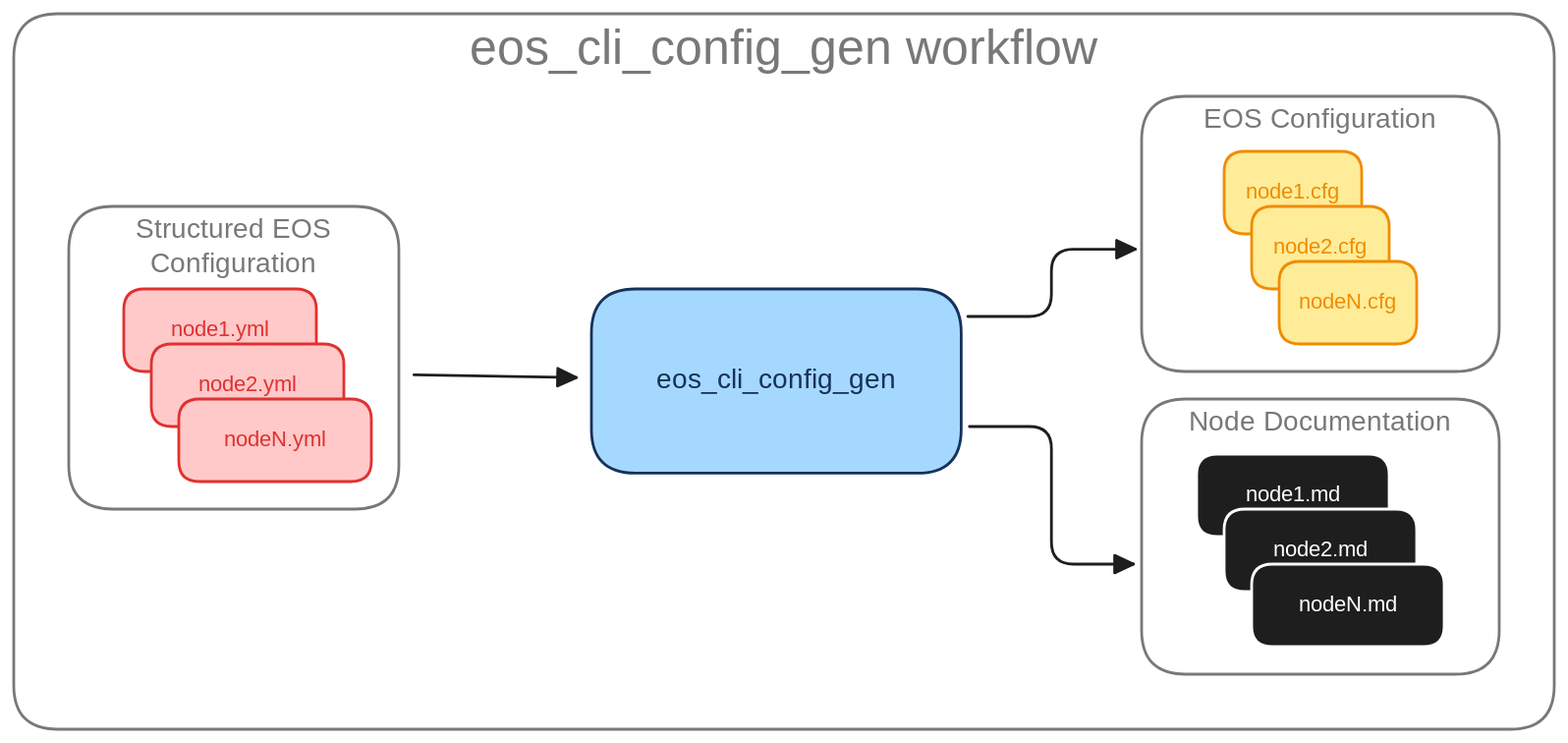
Before: docs/_media/eos_cli_config_gen_light.svg, a diagram exported from Excalidraw (aristanetworks/avd). Source tidied: one line per element, renumbered; positions are measured from the earlier drawing's top-left corner, leaving out a move shared by most shapes.
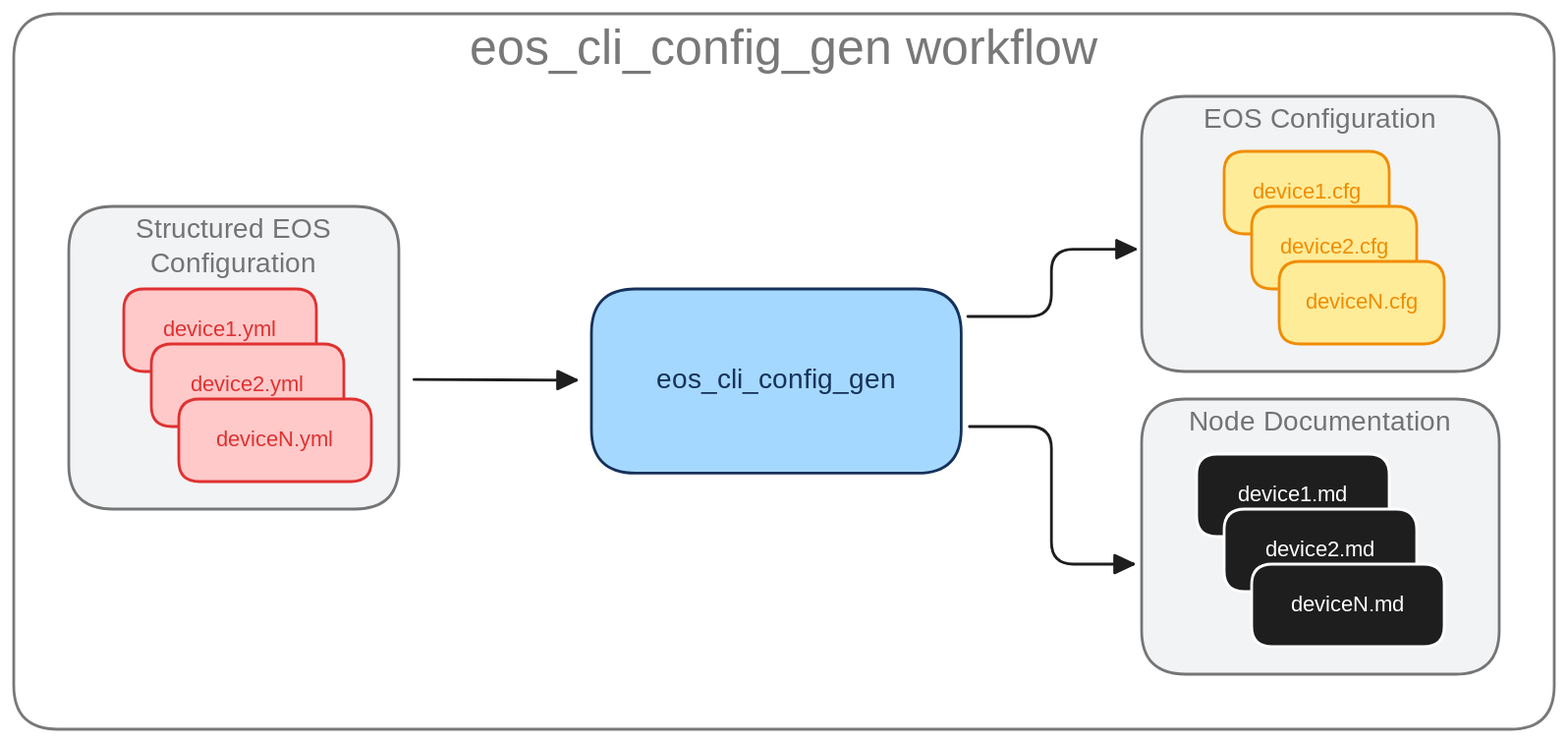
Above is the later version.

Diff of the diagram source:
```diff
@@ -1,31 +1,31 @@
 {"id": 0, "type": "rectangle", "strokeColor": "#1e1e1e", "strokeWidth": 2, "roughness": 0, "opacity": 60, "round": true, "x": 0, "y": 0, "width": 1120, "height": 520}
 {"id": 1, "type": "text", "text": "eos_cli_config_gen workflow", "strokeColor": "#1e1e1e", "strokeWidth": 2, "roughness": 0, "opacity": 60, "fontSize": 36, "fontFamily": 8, "textAlign": "center", "inside": 0, "x": 293, "y": 5, "width": 535, "height": 45}
-{"id": 2, "type": "rectangle", "strokeColor": "#1e1e1e", "strokeWidth": 2, "roughness": 0, "opacity": 60, "round": true, "x": 820, "y": 60, "width": 260, "height": 200}
+{"id": 2, "type": "rectangle", "strokeColor": "#1e1e1e", "backgroundColor": "#e9ecef", "fillStyle": "solid", "strokeWidth": 2, "roughness": 0, "opacity": 60, "round": true, "x": 820, "y": 60, "width": 260, "height": 200}
 {"id": 3, "type": "text", "text": "EOS Configuration", "strokeColor": "#1e1e1e", "strokeWidth": 2, "roughness": 1, "opacity": 60, "fontSize": 20, "fontFamily": 8, "textAlign": "center", "inside": 2, "x": 857, "y": 65, "width": 187, "height": 25}
-{"id": 4, "type": "rectangle", "strokeColor": "#1e1e1e", "strokeWidth": 2, "roughness": 0, "opacity": 60, "round": true, "x": 820, "y": 280, "width": 260, "height": 200}
+{"id": 4, "type": "rectangle", "strokeColor": "#1e1e1e", "backgroundColor": "#e9ecef", "fillStyle": "solid", "strokeWidth": 2, "roughness": 0, "opacity": 60, "round": true, "x": 820, "y": 280, "width": 260, "height": 200}
 {"id": 5, "type": "text", "text": "Node Documentation", "strokeColor": "#1e1e1e", "strokeWidth": 2, "roughness": 1, "opacity": 60, "fontSize": 20, "fontFamily": 8, "textAlign": "center", "inside": 4, "x": 851, "y": 285, "width": 198, "height": 25}
-{"id": 6, "type": "rectangle", "strokeColor": "#1e1e1e", "strokeWidth": 2, "roughness": 0, "opacity": 60, "round": true, "x": 40, "y": 140, "width": 240, "height": 220}
+{"id": 6, "type": "rectangle", "strokeColor": "#1e1e1e", "backgroundColor": "#e9ecef", "fillStyle": "solid", "strokeWidth": 2, "roughness": 0, "opacity": 60, "round": true, "x": 40, "y": 140, "width": 240, "height": 220}
 {"id": 7, "type": "text", "text": "Structured EOS\nConfiguration", "strokeColor": "#1e1e1e", "strokeWidth": 2, "roughness": 0, "opacity": 60, "fontSize": 20, "fontFamily": 8, "textAlign": "center", "inside": 6, "x": 83, "y": 145, "width": 154, "height": 50}
 {"id": 8, "type": "rectangle", "strokeColor": "#16325b", "backgroundColor": "#a5d8ff", "fillStyle": "solid", "strokeWidth": 2, "roughness": 0, "round": true, "x": 420, "y": 200, "width": 269, "height": 134}
 {"id": 9, "type": "text", "text": "eos_cli_config_gen", "strokeColor": "#16325b", "strokeWidth": 2, "roughness": 0, "fontSize": 20, "fontFamily": 8, "textAlign": "center", "verticalAlign": "middle", "inside": 8, "x": 455, "y": 254, "width": 198, "height": 25}
-{"id": 10, "type": "arrow", "strokeColor": "#1e1e1e", "strokeWidth": 2, "roughness": 0, "endArrowhead": "triangle", "from": 6, "to": 8, "x": 291, "y": 262, "width": 118, "height": 2, "points": [[0, 0], [118, 2]]}
 {"id": 11, "type": "rectangle", "strokeColor": "#e03131", "backgroundColor": "#ffc9c9", "fillStyle": "solid", "strokeWidth": 2, "roughness": 0, "round": true, "x": 80, "y": 200, "width": 140, "height": 60}
-{"id": 12, "type": "text", "text": "node1.yml", "strokeColor": "#e03131", "strokeWidth": 2, "roughness": 0, "fontSize": 16, "fontFamily": 8, "textAlign": "center", "verticalAlign": "middle", "inside": 11, "x": 110, "y": 220, "width": 79, "height": 20}
+{"id": 12, "type": "text", "text": "device1.yml", "strokeColor": "#e03131", "strokeWidth": 2, "roughness": 0, "fontSize": 16, "fontFamily": 8, "textAlign": "center", "verticalAlign": "middle", "inside": 11, "x": 102, "y": 220, "width": 97, "height": 20}
-{"id": 13, "type": "rectangle", "strokeColor": "#f08c00", "backgroundColor": "#ffec99", "fillStyle": "solid", "strokeWidth": 2, "roughness": 0, "round": true, "x": 880, "y": 100, "width": 100, "height": 60}
+{"id": 13, "type": "rectangle", "strokeColor": "#f08c00", "backgroundColor": "#ffec99", "fillStyle": "solid", "strokeWidth": 2, "roughness": 0, "round": true, "x": 880, "y": 100, "width": 120, "height": 60}
-{"id": 14, "type": "text", "text": "node1.cfg", "strokeColor": "#f08c00", "strokeWidth": 2, "roughness": 0, "fontSize": 16, "fontFamily": 8, "textAlign": "center", "verticalAlign": "middle", "inside": 13, "x": 890, "y": 120, "width": 79, "height": 20}
+{"id": 14, "type": "text", "text": "device1.cfg", "strokeColor": "#f08c00", "strokeWidth": 2, "roughness": 0, "fontSize": 16, "fontFamily": 8, "textAlign": "center", "verticalAlign": "middle", "inside": 13, "x": 892, "y": 120, "width": 97, "height": 20}
-{"id": 15, "type": "rectangle", "strokeColor": "#f08c00", "backgroundColor": "#ffec99", "fillStyle": "solid", "strokeWidth": 2, "roughness": 0, "round": true, "x": 900, "y": 140, "width": 100, "height": 60}
+{"id": 15, "type": "rectangle", "strokeColor": "#f08c00", "backgroundColor": "#ffec99", "fillStyle": "solid", "strokeWidth": 2, "roughness": 0, "round": true, "x": 900, "y": 140, "width": 120, "height": 60}
-{"id": 16, "type": "text", "text": "node2.cfg", "strokeColor": "#f08c00", "strokeWidth": 2, "roughness": 0, "fontSize": 16, "fontFamily": 8, "textAlign": "center", "verticalAlign": "middle", "inside": 15, "x": 910, "y": 160, "width": 79, "height": 20}
+{"id": 16, "type": "text", "text": "device2.cfg", "strokeColor": "#f08c00", "strokeWidth": 2, "roughness": 0, "fontSize": 16, "fontFamily": 8, "textAlign": "center", "verticalAlign": "middle", "inside": 15, "x": 912, "y": 160, "width": 97, "height": 20}
-{"id": 17, "type": "rectangle", "strokeColor": "#f08c00", "backgroundColor": "#ffec99", "fillStyle": "solid", "strokeWidth": 2, "roughness": 0, "round": true, "x": 920, "y": 180, "width": 100, "height": 60}
+{"id": 17, "type": "rectangle", "strokeColor": "#f08c00", "backgroundColor": "#ffec99", "fillStyle": "solid", "strokeWidth": 2, "roughness": 0, "round": true, "x": 920, "y": 180, "width": 120, "height": 60}
-{"id": 18, "type": "text", "text": "nodeN.cfg", "strokeColor": "#f08c00", "strokeWidth": 2, "roughness": 0, "fontSize": 16, "fontFamily": 8, "textAlign": "center", "verticalAlign": "middle", "inside": 17, "x": 930, "y": 200, "width": 79, "height": 20}
+{"id": 18, "type": "text", "text": "deviceN.cfg", "strokeColor": "#f08c00", "strokeWidth": 2, "roughness": 0, "fontSize": 16, "fontFamily": 8, "textAlign": "center", "verticalAlign": "middle", "inside": 17, "x": 932, "y": 200, "width": 97, "height": 20}
 {"id": 19, "type": "rectangle", "strokeColor": "#e03131", "backgroundColor": "#ffc9c9", "fillStyle": "solid", "strokeWidth": 2, "roughness": 0, "round": true, "x": 100, "y": 240, "width": 140, "height": 60}
-{"id": 20, "type": "text", "text": "node2.yml", "strokeColor": "#e03131", "strokeWidth": 2, "roughness": 0, "fontSize": 16, "fontFamily": 8, "textAlign": "center", "verticalAlign": "middle", "inside": 19, "x": 130, "y": 260, "width": 79, "height": 20}
+{"id": 20, "type": "text", "text": "device2.yml", "strokeColor": "#e03131", "strokeWidth": 2, "roughness": 0, "fontSize": 16, "fontFamily": 8, "textAlign": "center", "verticalAlign": "middle", "inside": 19, "x": 122, "y": 260, "width": 97, "height": 20}
 {"id": 21, "type": "rectangle", "strokeColor": "#e03131", "backgroundColor": "#ffc9c9", "fillStyle": "solid", "strokeWidth": 2, "roughness": 0, "round": true, "x": 120, "y": 280, "width": 140, "height": 60}
+{"id": 10, "type": "arrow", "strokeColor": "#1e1e1e", "strokeWidth": 2, "roughness": 0, "endArrowhead": "triangle", "from": 6, "to": 8, "x": 291, "y": 266, "width": 118, "height": 0, "points": [[0, 0], [118, 0]]}
-{"id": 22, "type": "text", "text": "nodeN.yml", "strokeColor": "#e03131", "strokeWidth": 2, "roughness": 0, "fontSize": 16, "fontFamily": 8, "textAlign": "center", "verticalAlign": "middle", "inside": 21, "x": 150, "y": 300, "width": 79, "height": 20}
+{"id": 22, "type": "text", "text": "deviceN.yml", "strokeColor": "#e03131", "strokeWidth": 2, "roughness": 0, "fontSize": 16, "fontFamily": 8, "textAlign": "center", "verticalAlign": "middle", "inside": 21, "x": 142, "y": 300, "width": 97, "height": 20}
 {"id": 23, "type": "rectangle", "strokeColor": "#ffffff", "backgroundColor": "#1e1e1e", "fillStyle": "solid", "strokeWidth": 2, "roughness": 0, "round": true, "x": 860, "y": 320, "width": 140, "height": 60}
-{"id": 24, "type": "text", "text": "node1.md", "strokeColor": "#ffffff", "strokeWidth": 2, "roughness": 0, "fontSize": 16, "fontFamily": 8, "textAlign": "center", "verticalAlign": "middle", "inside": 23, "x": 895, "y": 340, "width": 70, "height": 20}
+{"id": 24, "type": "text", "text": "device1.md", "strokeColor": "#ffffff", "strokeWidth": 2, "roughness": 0, "fontSize": 16, "fontFamily": 8, "textAlign": "center", "verticalAlign": "middle", "inside": 23, "x": 886, "y": 340, "width": 88, "height": 20}
 {"id": 25, "type": "rectangle", "strokeColor": "#ffffff", "backgroundColor": "#1e1e1e", "fillStyle": "solid", "strokeWidth": 2, "roughness": 0, "round": true, "x": 880, "y": 360, "width": 140, "height": 60}
-{"id": 26, "type": "text", "text": "node2.md", "strokeColor": "#ffffff", "strokeWidth": 2, "roughness": 0, "fontSize": 16, "fontFamily": 8, "textAlign": "center", "verticalAlign": "middle", "inside": 25, "x": 915, "y": 380, "width": 70, "height": 20}
+{"id": 26, "type": "text", "text": "device2.md", "strokeColor": "#ffffff", "strokeWidth": 2, "roughness": 0, "fontSize": 16, "fontFamily": 8, "textAlign": "center", "verticalAlign": "middle", "inside": 25, "x": 906, "y": 380, "width": 88, "height": 20}
 {"id": 27, "type": "rectangle", "strokeColor": "#ffffff", "backgroundColor": "#1e1e1e", "fillStyle": "solid", "strokeWidth": 2, "roughness": 0, "round": true, "x": 900, "y": 400, "width": 140, "height": 60}
-{"id": 28, "type": "text", "text": "nodeN.md", "strokeColor": "#ffffff", "strokeWidth": 2, "roughness": 0, "fontSize": 16, "fontFamily": 8, "textAlign": "center", "verticalAlign": "middle", "inside": 27, "x": 935, "y": 420, "width": 70, "height": 20}
+{"id": 28, "type": "text", "text": "deviceN.md", "strokeColor": "#ffffff", "strokeWidth": 2, "roughness": 0, "fontSize": 16, "fontFamily": 8, "textAlign": "center", "verticalAlign": "middle", "inside": 27, "x": 926, "y": 420, "width": 88, "height": 20}
 {"id": 29, "type": "arrow", "strokeColor": "#1e1e1e", "backgroundColor": "#e9ecef", "fillStyle": "solid", "strokeWidth": 2, "roughness": 0, "endArrowhead": "triangle", "from": 8, "to": 2, "x": 694, "y": 220, "width": 122, "height": 49, "points": [[0, 0], [61, 0], [61, -49], [122, -49]]}
 {"id": 30, "type": "arrow", "strokeColor": "#1e1e1e", "backgroundColor": "#1e1e1e", "fillStyle": "solid", "strokeWidth": 2, "roughness": 0, "endArrowhead": "triangle", "from": 8, "to": 4, "x": 695, "y": 300, "width": 119, "height": 100, "points": [[0, 0], [60, 0], [60, 100], [119, 100]]}
```
